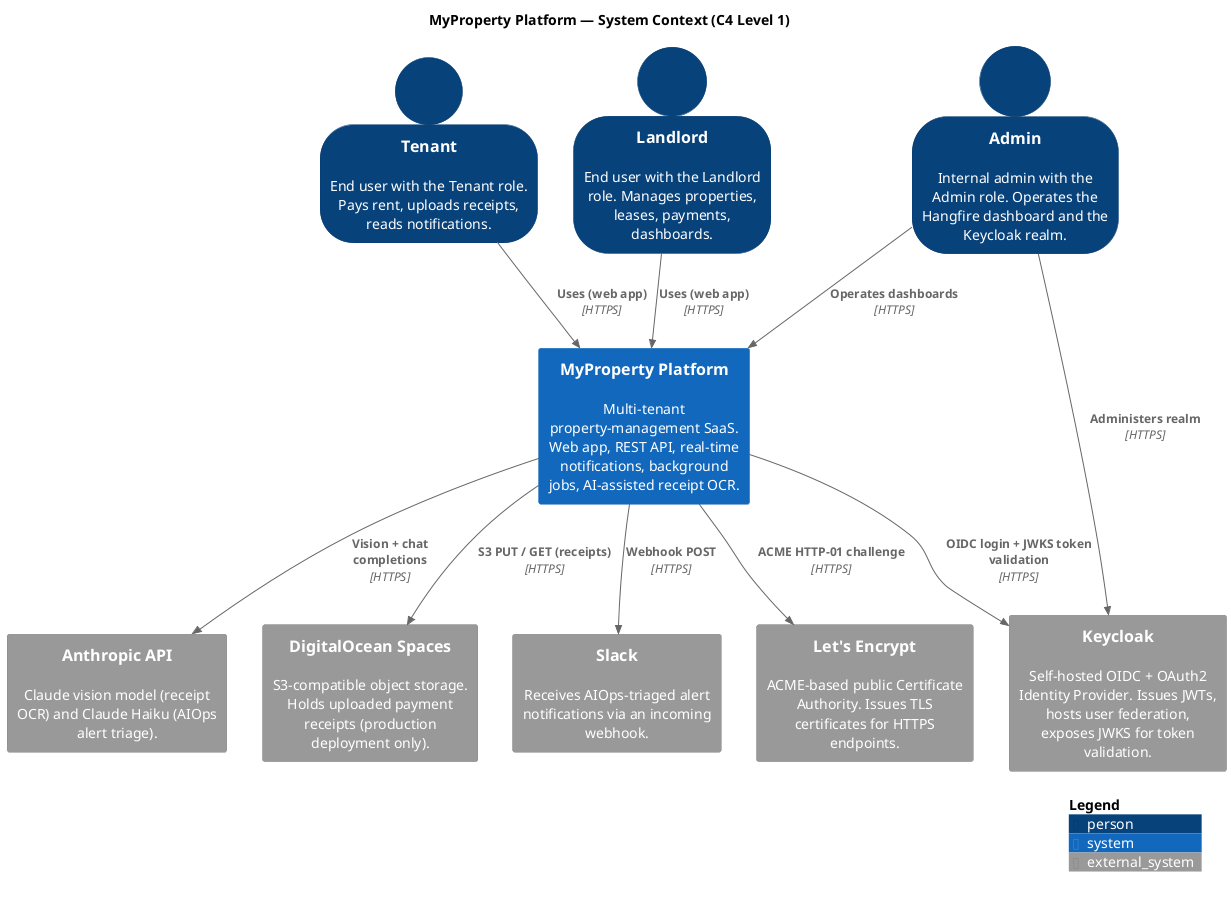
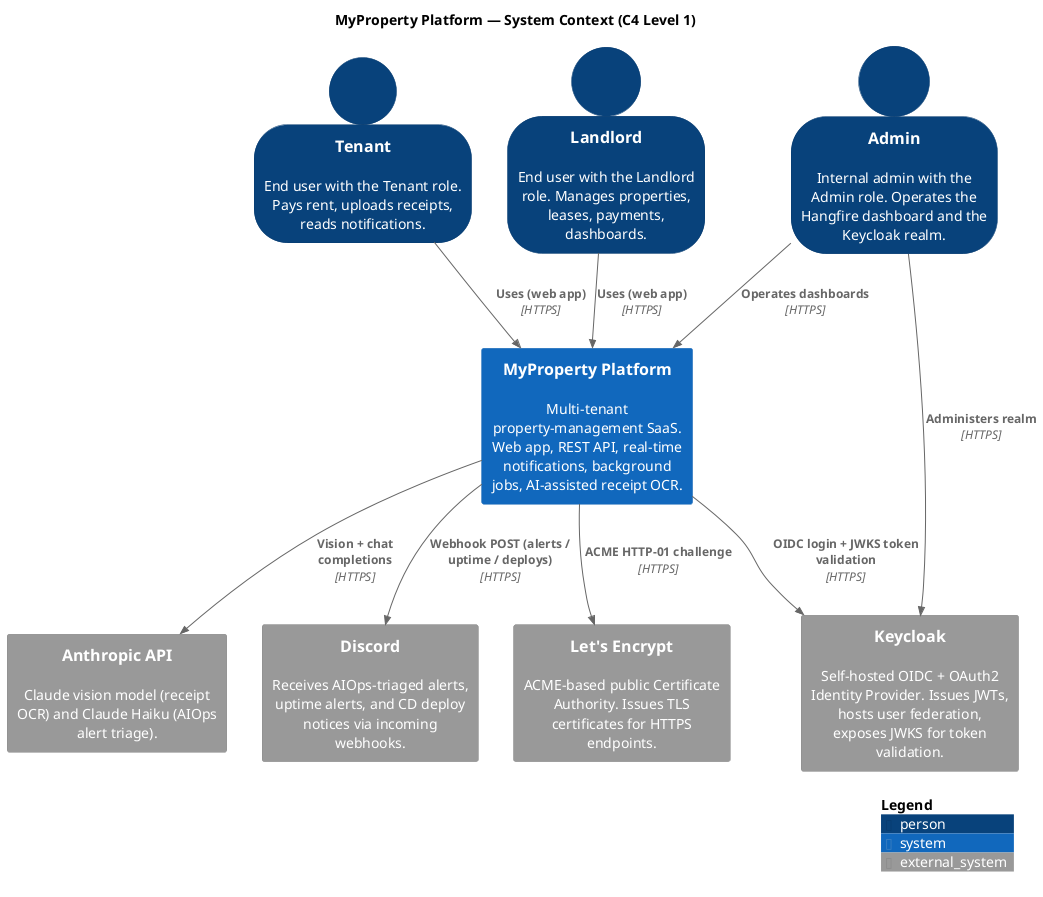
@startuml
!include <C4/C4_Context>

LAYOUT_WITH_LEGEND()
SHOW_PERSON_OUTLINE()

title MyProperty Platform — System Context (C4 Level 1)

' ====== Actors ======
Person(tenant,   "Tenant",   "End user with the Tenant role. Pays rent, uploads receipts, reads notifications.")
Person(landlord, "Landlord", "End user with the Landlord role. Manages properties, leases, payments, dashboards.")
Person(admin,    "Admin",    "Internal admin with the Admin role. Operates the Hangfire dashboard and the Keycloak realm.")

' ====== System under design ======
System(myproperty, "MyProperty Platform", "Multi-tenant property-management SaaS. Web app, REST API, real-time notifications, background jobs, AI-assisted receipt OCR.")

' ====== External systems ======
System_Ext(keycloak,    "Keycloak",            "Self-hosted OIDC + OAuth2 Identity Provider. Issues JWTs, hosts user federation, exposes JWKS for token validation.")
System_Ext(anthropic,   "Anthropic API",       "Claude vision model (receipt OCR) and Claude Haiku (AIOps alert triage).")
- System_Ext(spaces,      "DigitalOcean Spaces", "S3-compatible object storage. Holds uploaded payment receipts (production deployment only).")
- System_Ext(slack,       "Slack",               "Receives AIOps-triaged alert notifications via an incoming webhook.")
+ System_Ext(discord,     "Discord",             "Receives AIOps-triaged alerts, uptime alerts, and CD deploy notices via incoming webhooks.")
System_Ext(letsencrypt, "Let's Encrypt",       "ACME-based public Certificate Authority. Issues TLS certificates for HTTPS endpoints.")

' ====== Relationships ======
Rel(tenant,   myproperty, "Uses (web app)",      "HTTPS")
Rel(landlord, myproperty, "Uses (web app)",      "HTTPS")
Rel(admin,    myproperty, "Operates dashboards", "HTTPS")
Rel(admin,    keycloak,   "Administers realm",   "HTTPS")

Rel(myproperty, keycloak,    "OIDC login + JWKS token validation", "HTTPS")
Rel(myproperty, anthropic,   "Vision + chat completions",          "HTTPS")
- Rel(myproperty, spaces,      "S3 PUT / GET (receipts)",            "HTTPS")
- Rel(myproperty, slack,       "Webhook POST",                       "HTTPS")
+ Rel(myproperty, discord,     "Webhook POST (alerts / uptime / deploys)", "HTTPS")
Rel(myproperty, letsencrypt, "ACME HTTP-01 challenge",             "HTTPS")

SHOW_LEGEND()
@enduml
